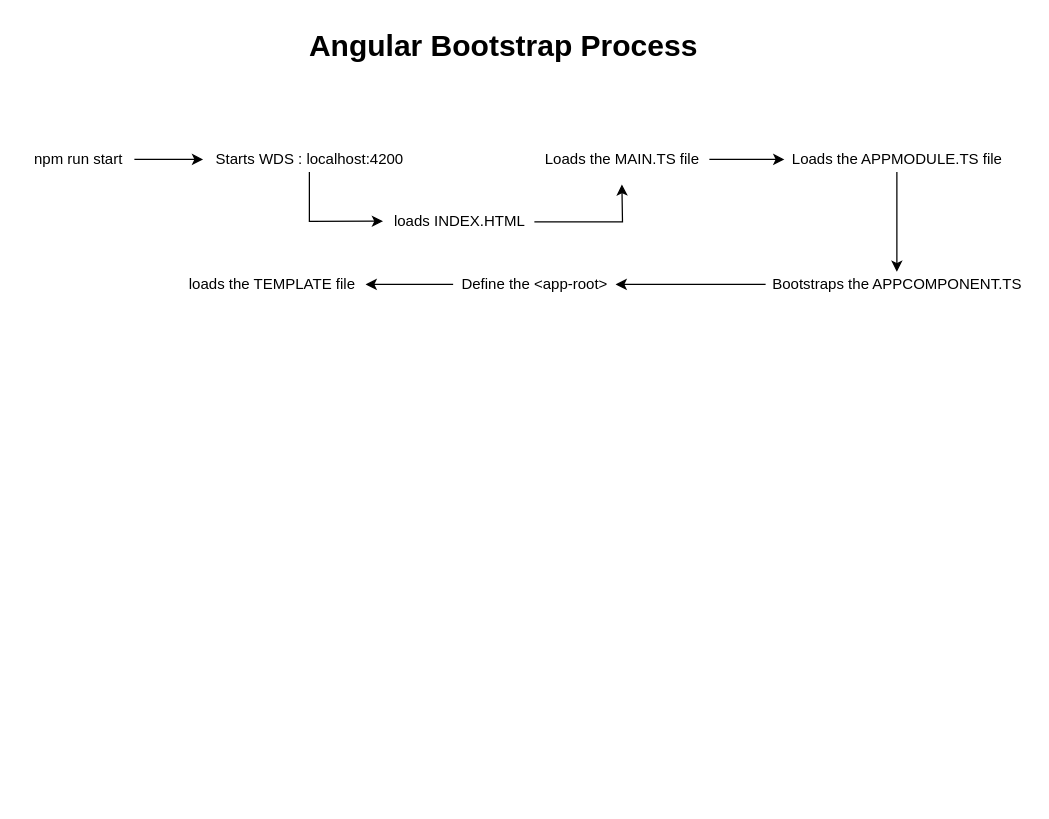
This is page "Page-3" (3 of 4) of diagrams.drawio from synergy2411/genpact-dec21, a draw.io file, before an edit. Source tidied: cells renumbered, new cells numbered last; positions are measured from the earlier drawing's top-left corner, leaving out a move shared by most shapes. Both pictures are drawn from the tidied source at 125%, with x=0, y=0 at pixel (21, 21).
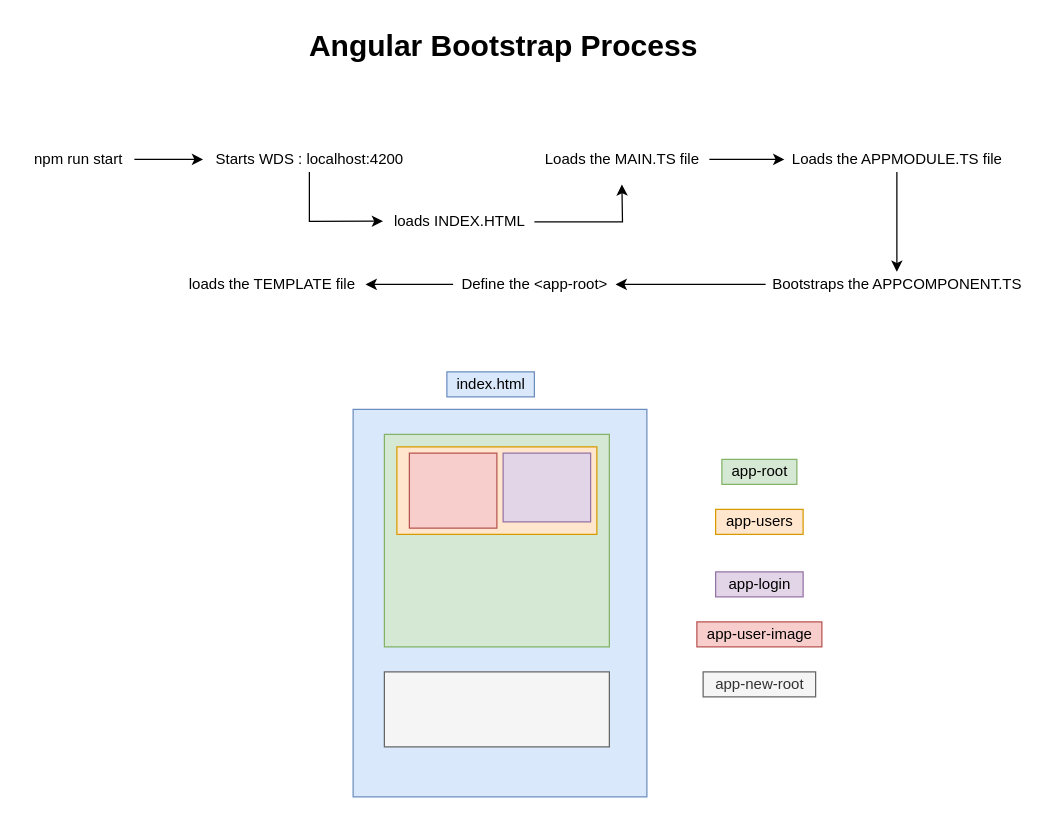
The same diagram, later.

The edit, as a diff of the source:
```diff
@@
+    <mxCell id="18" style="rounded=0;whiteSpace=wrap;html=1;fillColor=#dae8fc;strokeColor=#6c8ebf;" parent="1" vertex="1">
+      <mxGeometry x="265" y="310" width="235" height="310" as="geometry" />
+    </mxCell>
+    <mxCell id="19" value="app-root" style="text;html=1;align=center;verticalAlign=middle;strokeColor=#82b366;fillColor=#d5e8d4;" parent="1" vertex="1">
+      <mxGeometry x="560" y="350" width="60" height="20" as="geometry" />
+    </mxCell>
+    <mxCell id="20" value="index.html" style="text;html=1;align=center;verticalAlign=middle;strokeColor=#6c8ebf;fillColor=#dae8fc;" parent="1" vertex="1">
+      <mxGeometry x="340" y="280" width="70" height="20" as="geometry" />
+    </mxCell>
+    <mxCell id="21" style="rounded=0;whiteSpace=wrap;html=1;fillColor=#d5e8d4;strokeColor=#82b366;" parent="1" vertex="1">
+      <mxGeometry x="290" y="330" width="180" height="170" as="geometry" />
+    </mxCell>
+    <mxCell id="22" style="rounded=0;whiteSpace=wrap;html=1;fillColor=#ffe6cc;strokeColor=#d79b00;" parent="1" vertex="1">
+      <mxGeometry x="300" y="340" width="160" height="70" as="geometry" />
+    </mxCell>
+    <mxCell id="23" value="app-users" style="text;html=1;align=center;verticalAlign=middle;strokeColor=#d79b00;fillColor=#ffe6cc;" parent="1" vertex="1">
+      <mxGeometry x="555" y="390" width="70" height="20" as="geometry" />
+    </mxCell>
+    <mxCell id="24" style="rounded=0;whiteSpace=wrap;html=1;fillColor=#e1d5e7;strokeColor=#9673a6;" parent="1" vertex="1">
+      <mxGeometry x="385" y="345" width="70" height="55" as="geometry" />
+    </mxCell>
+    <mxCell id="25" value="app-login" style="text;html=1;align=center;verticalAlign=middle;strokeColor=#9673a6;fillColor=#e1d5e7;" parent="1" vertex="1">
+      <mxGeometry x="555" y="440" width="70" height="20" as="geometry" />
+    </mxCell>
+    <mxCell id="26" style="rounded=0;whiteSpace=wrap;html=1;fillColor=#f8cecc;strokeColor=#b85450;" parent="1" vertex="1">
+      <mxGeometry x="310" y="345" width="70" height="60" as="geometry" />
+    </mxCell>
+    <mxCell id="27" value="app-user-image" style="text;html=1;align=center;verticalAlign=middle;strokeColor=#b85450;fillColor=#f8cecc;" parent="1" vertex="1">
+      <mxGeometry x="540" y="480" width="100" height="20" as="geometry" />
+    </mxCell>
+    <mxCell id="28" style="rounded=0;whiteSpace=wrap;html=1;fillColor=#f5f5f5;fontColor=#333333;strokeColor=#666666;" parent="1" vertex="1">
+      <mxGeometry x="290" y="520" width="180" height="60" as="geometry" />
+    </mxCell>
+    <mxCell id="29" value="app-new-root" style="text;html=1;align=center;verticalAlign=middle;strokeColor=#666666;fillColor=#f5f5f5;fontColor=#333333;" parent="1" vertex="1">
+      <mxGeometry x="545" y="520" width="90" height="20" as="geometry" />
+    </mxCell>
```
